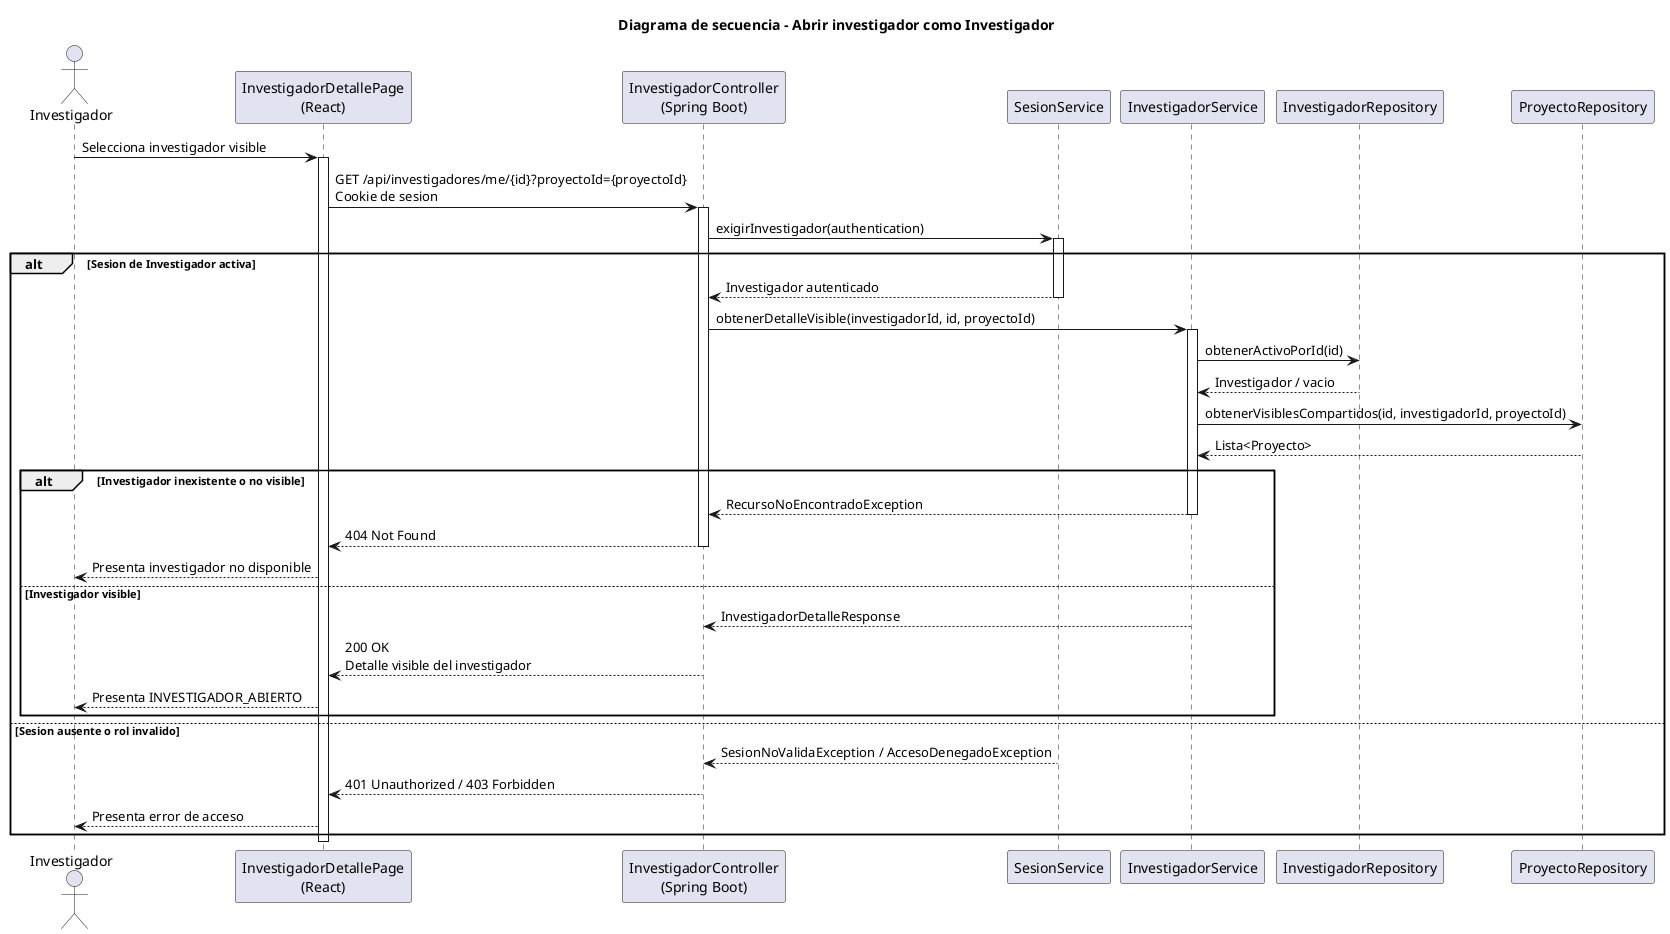
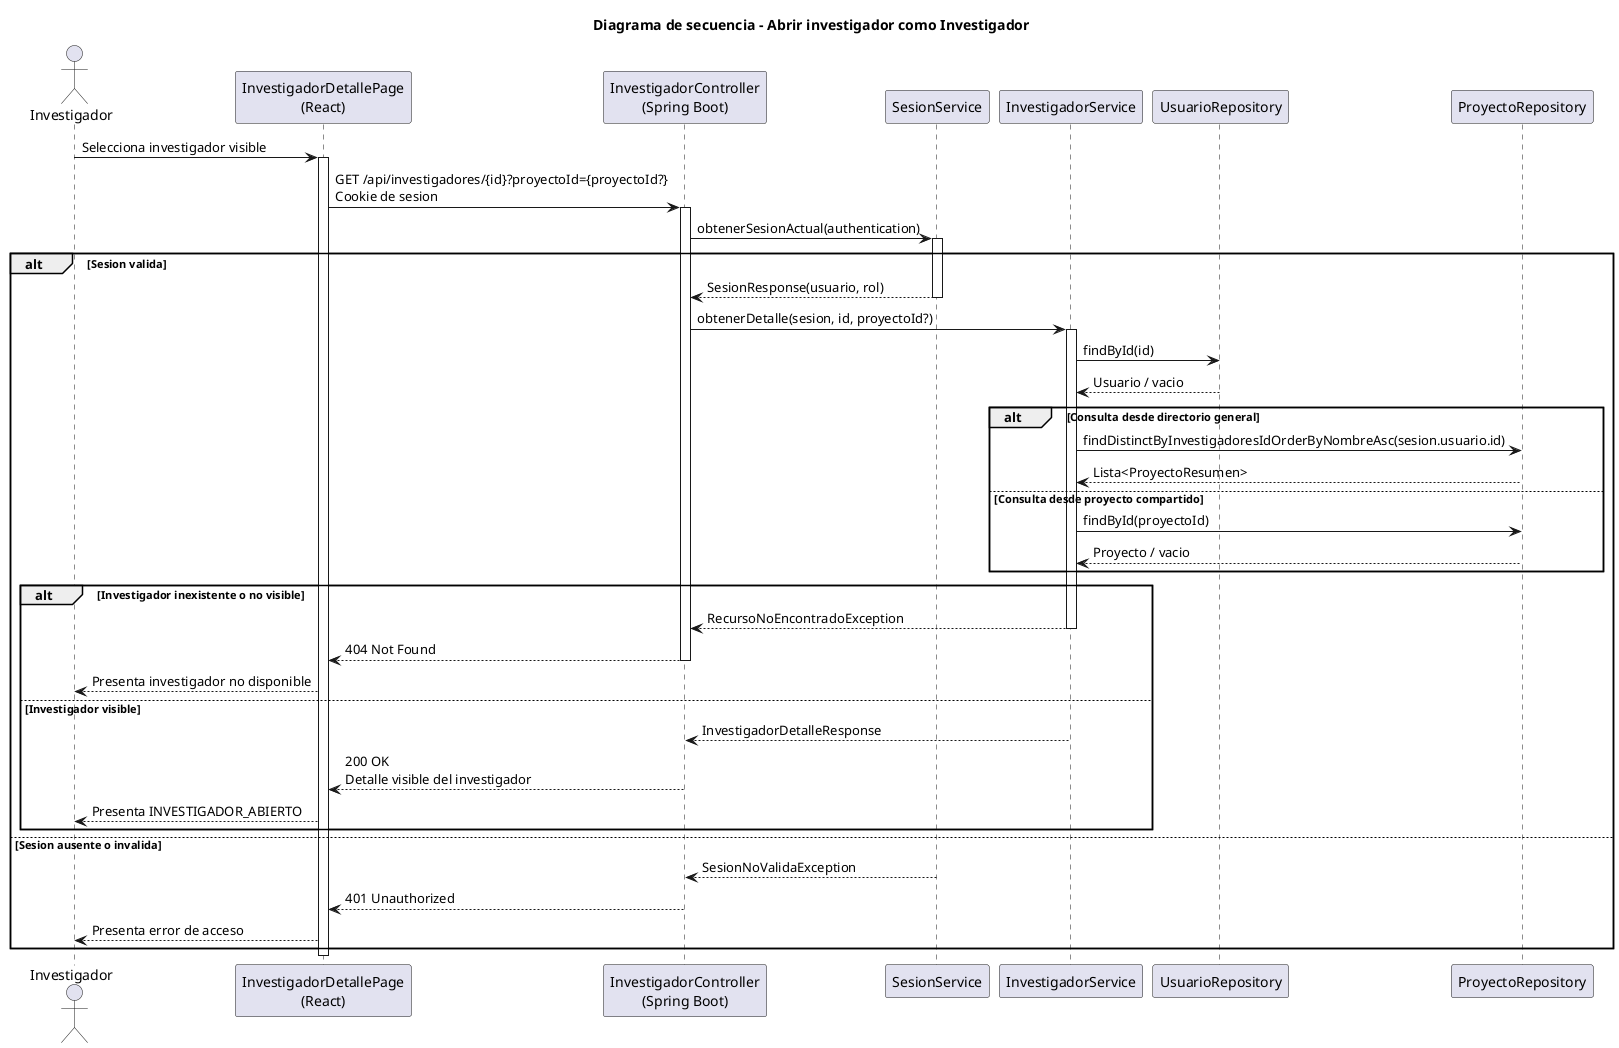
@startuml abrirInvestigador-investigador-diseno
title Diagrama de secuencia - Abrir investigador como Investigador

actor Investigador
participant "InvestigadorDetallePage\n(React)" as Frontend
participant "InvestigadorController\n(Spring Boot)" as Api
participant "SesionService" as Sesion
participant "InvestigadorService" as Service
- participant "InvestigadorRepository" as InvestigadorRepo
+ participant "UsuarioRepository" as UsuarioRepo
participant "ProyectoRepository" as ProyectoRepo

Investigador -> Frontend: Selecciona investigador visible
activate Frontend
- Frontend -> Api: GET /api/investigadores/me/{id}?proyectoId={proyectoId}\nCookie de sesion
+ Frontend -> Api: GET /api/investigadores/{id}?proyectoId={proyectoId?}\nCookie de sesion
activate Api
- Api -> Sesion: exigirInvestigador(authentication)
+ Api -> Sesion: obtenerSesionActual(authentication)
activate Sesion
- alt Sesion de Investigador activa
-     Sesion --> Api: Investigador autenticado
+ alt Sesion valida
+     Sesion --> Api: SesionResponse(usuario, rol)
    deactivate Sesion
-     Api -> Service: obtenerDetalleVisible(investigadorId, id, proyectoId)
+     Api -> Service: obtenerDetalle(sesion, id, proyectoId?)
    activate Service
-     Service -> InvestigadorRepo: obtenerActivoPorId(id)
-     InvestigadorRepo --> Service: Investigador / vacio
-     Service -> ProyectoRepo: obtenerVisiblesCompartidos(id, investigadorId, proyectoId)
-     ProyectoRepo --> Service: Lista<Proyecto>
+     Service -> UsuarioRepo: findById(id)
+     UsuarioRepo --> Service: Usuario / vacio
+     alt Consulta desde directorio general
+         Service -> ProyectoRepo: findDistinctByInvestigadoresIdOrderByNombreAsc(sesion.usuario.id)
+         ProyectoRepo --> Service: Lista<ProyectoResumen>
+     else Consulta desde proyecto compartido
+         Service -> ProyectoRepo: findById(proyectoId)
+         ProyectoRepo --> Service: Proyecto / vacio
+     end
    alt Investigador inexistente o no visible
        Service --> Api: RecursoNoEncontradoException
        deactivate Service
        Api --> Frontend: 404 Not Found
        deactivate Api
        Frontend --> Investigador: Presenta investigador no disponible
    else Investigador visible
        Service --> Api: InvestigadorDetalleResponse
        deactivate Service
        Api --> Frontend: 200 OK\nDetalle visible del investigador
        deactivate Api
        Frontend --> Investigador: Presenta INVESTIGADOR_ABIERTO
    end
- else Sesion ausente o rol invalido
-     Sesion --> Api: SesionNoValidaException / AccesoDenegadoException
+ else Sesion ausente o invalida
+     Sesion --> Api: SesionNoValidaException
    deactivate Sesion
-     Api --> Frontend: 401 Unauthorized / 403 Forbidden
+     Api --> Frontend: 401 Unauthorized
    deactivate Api
    Frontend --> Investigador: Presenta error de acceso
end
deactivate Frontend
@enduml
